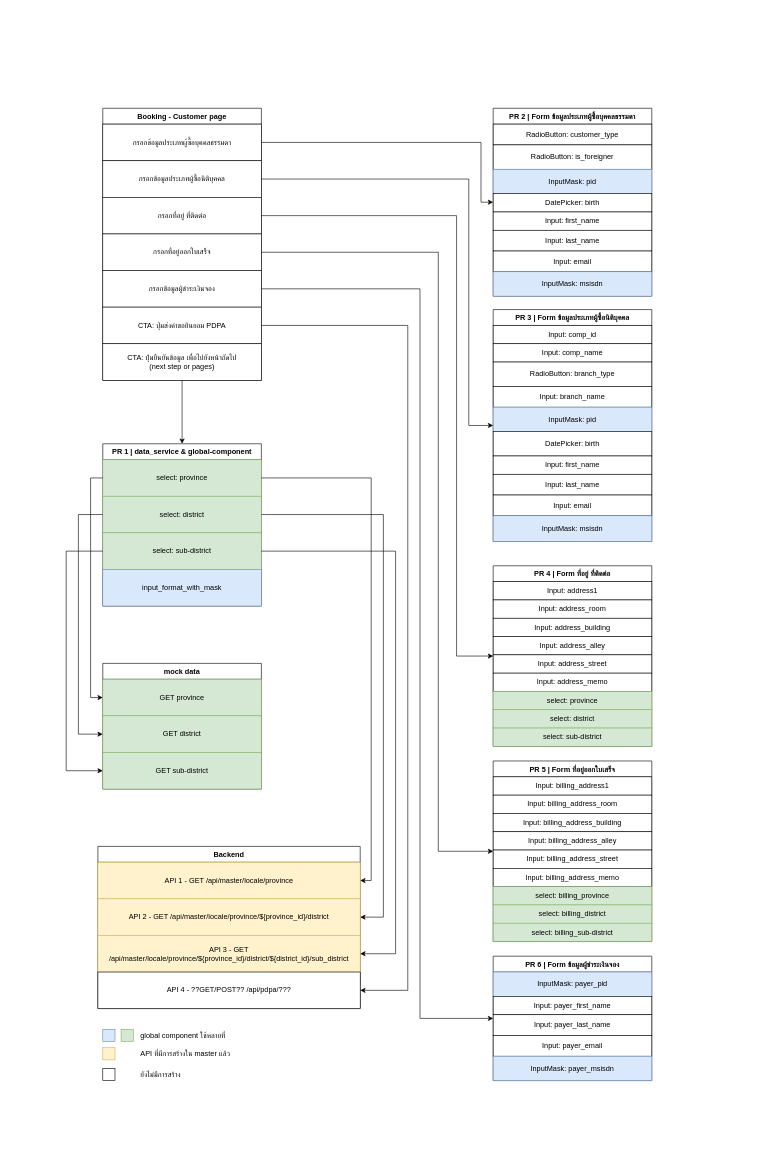
Earlier version of the draw.io diagram booking-customer-Frontend.drawio (peapong/draw.io-diagrams). Source tidied: cells renumbered, new cells numbered last; positions are measured from the earlier drawing's top-left corner, leaving out a move shared by most shapes. Both pictures are drawn from the tidied source at 61%, with x=0, y=0 at pixel (66, 108).
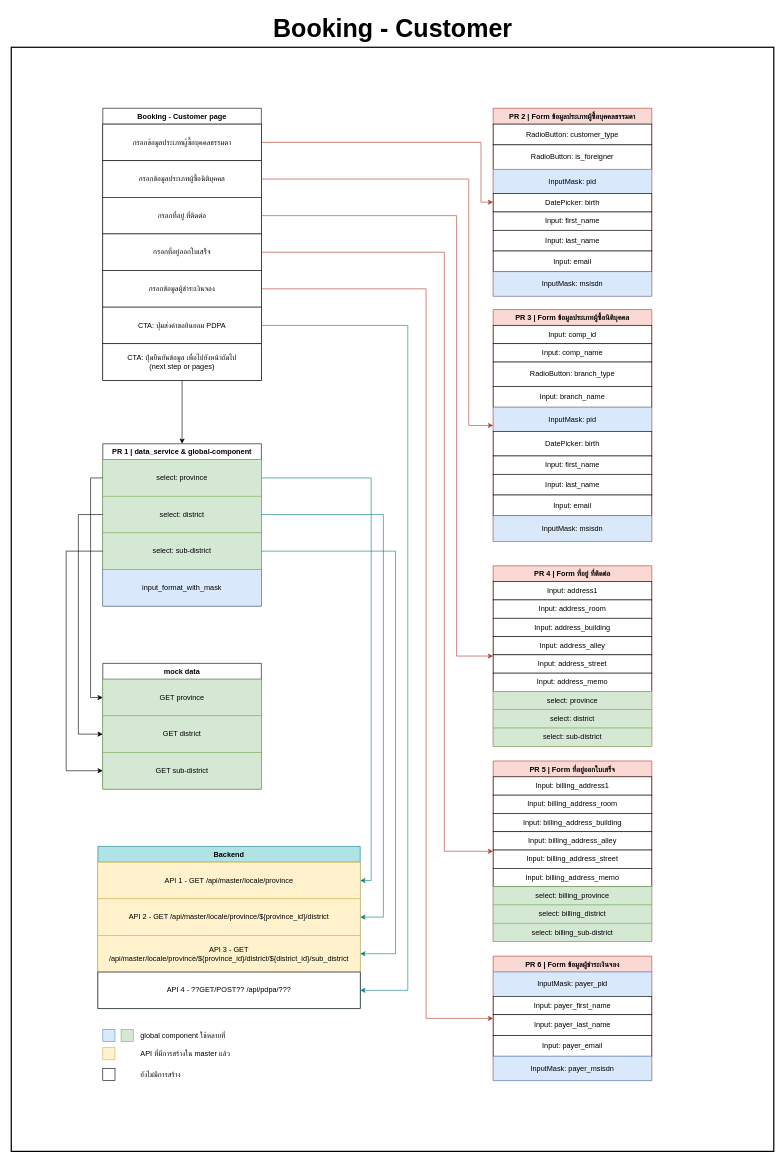
The same diagram, later.

Unchanged cells that the change refers to:
```xml
<mxCell id="4" value="กรอกข้อมูลประเภทผู้ซื้อบุคคลธรรมดา" style="rounded=0;whiteSpace=wrap;html=1;" parent="3" vertex="1">
  <mxGeometry y="26" width="260" height="60" as="geometry" />
</mxCell>
<mxCell id="5" value="กรอกข้อมูลประเภทผู้ซื้อนิติบุคคล" style="rounded=0;whiteSpace=wrap;html=1;" parent="3" vertex="1">
  <mxGeometry y="86" width="260" height="60" as="geometry" />
</mxCell>
<mxCell id="6" value="กรอกที่อยู่ ที่ติดต่อ" style="rounded=0;whiteSpace=wrap;html=1;" parent="3" vertex="1">
  <mxGeometry y="146" width="260" height="60" as="geometry" />
</mxCell>
<mxCell id="7" value="กรอกที่อยู่ออกใบเสร็จ" style="rounded=0;whiteSpace=wrap;html=1;" parent="3" vertex="1">
  <mxGeometry y="206" width="260" height="60" as="geometry" />
</mxCell>
<mxCell id="8" value="กรอกข้อมูลผู้ชำระเงินจอง" style="rounded=0;whiteSpace=wrap;html=1;" parent="3" vertex="1">
  <mxGeometry y="266" width="260" height="60" as="geometry" />
</mxCell>
<mxCell id="9" value="CTA: ปุ่มส่งคำขอยินยอม PDPA" style="rounded=0;whiteSpace=wrap;html=1;" parent="3" vertex="1">
  <mxGeometry y="326" width="260" height="60" as="geometry" />
</mxCell>
<mxCell id="58" value="select: province" style="rounded=0;whiteSpace=wrap;html=1;fillColor=#d5e8d4;strokeColor=#82b366;" parent="57" vertex="1">
  <mxGeometry y="26" width="260" height="60" as="geometry" />
</mxCell>
<mxCell id="59" value="select: district" style="rounded=0;whiteSpace=wrap;html=1;fillColor=#d5e8d4;strokeColor=#82b366;" parent="57" vertex="1">
  <mxGeometry y="86" width="260" height="60" as="geometry" />
</mxCell>
<mxCell id="60" value="select: sub-district" style="rounded=0;whiteSpace=wrap;html=1;fillColor=#d5e8d4;strokeColor=#82b366;" parent="57" vertex="1">
  <mxGeometry y="146" width="260" height="60" as="geometry" />
</mxCell>
<mxCell id="67" value="&lt;font style=&quot;font-size: 12px;&quot;&gt;API 1 - GET &lt;font style=&quot;font-size: 12px;&quot;&gt;/api/master/locale/province&lt;/font&gt;&lt;/font&gt;" style="rounded=0;whiteSpace=wrap;html=1;fillColor=#fff2cc;strokeColor=#d6b656;" parent="66" vertex="1">
  <mxGeometry y="26" width="430" height="60" as="geometry" />
</mxCell>
<mxCell id="68" value="API 2 - GET /api/master/locale/province/${province_id}/district" style="rounded=0;whiteSpace=wrap;html=1;fillColor=#fff2cc;strokeColor=#d6b656;" parent="66" vertex="1">
  <mxGeometry y="86" width="430" height="60" as="geometry" />
</mxCell>
<mxCell id="69" value="API 3 - GET /api/master/locale/province/${province_id}/district/${district_id}/sub_district" style="rounded=0;whiteSpace=wrap;html=1;fillColor=#fff2cc;strokeColor=#d6b656;" parent="66" vertex="1">
  <mxGeometry y="146" width="430" height="60" as="geometry" />
</mxCell>
<mxCell id="70" value="API 4 - ??GET/POST?? /api/pdpa/???" style="rounded=0;whiteSpace=wrap;html=1;" parent="66" vertex="1">
  <mxGeometry y="206" width="430" height="60" as="geometry" />
</mxCell>
```

The edit, as a diff of the source:
```diff
@@
+    <mxCell id="90" style="rounded=0;whiteSpace=wrap;html=1;fontSize=12;fillColor=none;strokeColor=default;strokeWidth=2;" parent="1" vertex="1">
+      <mxGeometry x="-90" y="-100" width="1250" height="1810" as="geometry" />
+    </mxCell>
@@
-    <mxCell id="11" value="PR 2 | Form ข้อมูลประเภทผู้ซื้อบุคคลธรรมดา" style="swimlane;fontStyle=1;align=center;verticalAlign=top;horizontal=1;startSize=26;rounded=0;shadow=0;strokeWidth=1;" parent="1" vertex="1">
+    <mxCell id="11" value="PR 2 | Form ข้อมูลประเภทผู้ซื้อบุคคลธรรมดา" style="swimlane;fontStyle=1;align=center;verticalAlign=top;horizontal=1;startSize=26;rounded=0;shadow=0;strokeWidth=1;fillColor=#fad9d5;strokeColor=#ae4132;" parent="1" vertex="1">
       <mxGeometry x="700" width="260" height="308" as="geometry" />
     </mxCell>
@@
-    <mxCell id="20" value="PR 3 | Form ข้อมูลประเภทผู้ซื้อนิติบุคคล" style="swimlane;fontStyle=1;align=center;verticalAlign=top;horizontal=1;startSize=26;rounded=0;shadow=0;strokeWidth=1;" parent="1" vertex="1">
+    <mxCell id="20" value="PR 3 | Form ข้อมูลประเภทผู้ซื้อนิติบุคคล" style="swimlane;fontStyle=1;align=center;verticalAlign=top;horizontal=1;startSize=26;rounded=0;shadow=0;strokeWidth=1;fillColor=#fad9d5;strokeColor=#ae4132;" parent="1" vertex="1">
       <mxGeometry x="700" y="330" width="260" height="380" as="geometry" />
     </mxCell>
@@
-    <mxCell id="31" value="PR 4 | Form ที่อยู่ ที่ติดต่อ" style="swimlane;fontStyle=1;align=center;verticalAlign=top;horizontal=1;startSize=26;rounded=0;shadow=0;strokeWidth=1;" parent="1" vertex="1">
+    <mxCell id="31" value="PR 4 | Form ที่อยู่ ที่ติดต่อ" style="swimlane;fontStyle=1;align=center;verticalAlign=top;horizontal=1;startSize=26;rounded=0;shadow=0;strokeWidth=1;fillColor=#fad9d5;strokeColor=#ae4132;" parent="1" vertex="1">
       <mxGeometry x="700" y="750" width="260" height="296" as="geometry" />
     </mxCell>
@@
-    <mxCell id="41" value="PR 5 | Form ที่อยู่ออกใบเสร็จ" style="swimlane;fontStyle=1;align=center;verticalAlign=top;horizontal=1;startSize=26;rounded=0;shadow=0;strokeWidth=1;" parent="1" vertex="1">
+    <mxCell id="41" value="PR 5 | Form ที่อยู่ออกใบเสร็จ" style="swimlane;fontStyle=1;align=center;verticalAlign=top;horizontal=1;startSize=26;rounded=0;shadow=0;strokeWidth=1;fillColor=#fad9d5;strokeColor=#ae4132;" parent="1" vertex="1">
       <mxGeometry x="700" y="1070" width="260" height="296" as="geometry" />
     </mxCell>
@@
-    <mxCell id="51" value="PR 6 | Form ข้อมูลผู้ชำระเงินจอง" style="swimlane;fontStyle=1;align=center;verticalAlign=top;horizontal=1;startSize=26;rounded=0;shadow=0;strokeWidth=1;" parent="1" vertex="1">
+    <mxCell id="51" value="PR 6 | Form ข้อมูลผู้ชำระเงินจอง" style="swimlane;fontStyle=1;align=center;verticalAlign=top;horizontal=1;startSize=26;rounded=0;shadow=0;strokeWidth=1;fillColor=#fad9d5;strokeColor=#ae4132;" parent="1" vertex="1">
       <mxGeometry x="700" y="1390" width="260" height="204" as="geometry" />
     </mxCell>
@@
-    <mxCell id="66" value="Backend" style="swimlane;fontStyle=1;align=center;verticalAlign=top;horizontal=1;startSize=26;rounded=0;shadow=0;strokeWidth=1;" parent="1" vertex="1">
+    <mxCell id="66" value="Backend" style="swimlane;fontStyle=1;align=center;verticalAlign=top;horizontal=1;startSize=26;rounded=0;shadow=0;strokeWidth=1;fillColor=#b0e3e6;strokeColor=#0e8088;" parent="1" vertex="1">
       <mxGeometry x="52" y="1210" width="430" height="266" as="geometry" />
     </mxCell>
@@
-    <mxCell id="74" style="edgeStyle=orthogonalEdgeStyle;rounded=0;jettySize=auto;html=1;exitX=1;exitY=0.5;exitDx=0;exitDy=0;entryX=1;entryY=0.5;entryDx=0;entryDy=0;fontSize=12;" parent="1" edge="1" source="58" target="67">
+    <mxCell id="74" style="edgeStyle=orthogonalEdgeStyle;rounded=0;jettySize=auto;html=1;exitX=1;exitY=0.5;exitDx=0;exitDy=0;entryX=1;entryY=0.5;entryDx=0;entryDy=0;fontSize=12;fillColor=#b0e3e6;strokeColor=#0e8088;" parent="1" edge="1" source="58" target="67">
       <mxGeometry relative="1" as="geometry">
         <Array as="points">
           <mxPoint x="500" y="606" />
           <mxPoint x="500" y="1266" />
         </Array>
       </mxGeometry>
     </mxCell>
-    <mxCell id="75" style="edgeStyle=orthogonalEdgeStyle;rounded=0;jettySize=auto;html=1;exitX=1;exitY=0.5;exitDx=0;exitDy=0;entryX=1;entryY=0.5;entryDx=0;entryDy=0;fontSize=12;" parent="1" edge="1" source="59" target="68">
+    <mxCell id="75" style="edgeStyle=orthogonalEdgeStyle;rounded=0;jettySize=auto;html=1;exitX=1;exitY=0.5;exitDx=0;exitDy=0;entryX=1;entryY=0.5;entryDx=0;entryDy=0;fontSize=12;fillColor=#b0e3e6;strokeColor=#0e8088;" parent="1" edge="1" source="59" target="68">
       <mxGeometry relative="1" as="geometry">
         <Array as="points">
           <mxPoint x="520" y="666" />
           <mxPoint x="520" y="1326" />
         </Array>
       </mxGeometry>
     </mxCell>
-    <mxCell id="76" style="edgeStyle=orthogonalEdgeStyle;rounded=0;jettySize=auto;html=1;exitX=1;exitY=0.5;exitDx=0;exitDy=0;entryX=1;entryY=0.5;entryDx=0;entryDy=0;fontSize=12;" parent="1" edge="1" source="60" target="69">
+    <mxCell id="76" style="edgeStyle=orthogonalEdgeStyle;rounded=0;jettySize=auto;html=1;exitX=1;exitY=0.5;exitDx=0;exitDy=0;entryX=1;entryY=0.5;entryDx=0;entryDy=0;fontSize=12;fillColor=#b0e3e6;strokeColor=#0e8088;" parent="1" edge="1" source="60" target="69">
       <mxGeometry relative="1" as="geometry">
         <Array as="points">
           <mxPoint x="540" y="726" />
           <mxPoint x="540" y="1386" />
         </Array>
       </mxGeometry>
     </mxCell>
-    <mxCell id="77" style="edgeStyle=orthogonalEdgeStyle;rounded=0;jettySize=auto;html=1;exitX=1;exitY=0.5;exitDx=0;exitDy=0;fontSize=12;entryX=0;entryY=0.5;entryDx=0;entryDy=0;" parent="1" edge="1" source="4" target="11">
+    <mxCell id="77" style="edgeStyle=orthogonalEdgeStyle;rounded=0;jettySize=auto;html=1;exitX=1;exitY=0.5;exitDx=0;exitDy=0;fontSize=12;entryX=0;entryY=0.5;entryDx=0;entryDy=0;fillColor=#fad9d5;strokeColor=#ae4132;" parent="1" edge="1" source="4" target="11">
       <mxGeometry relative="1" as="geometry">
         <Array as="points">
           <mxPoint x="680" y="56" />
           <mxPoint x="680" y="154" />
         </Array>
       </mxGeometry>
     </mxCell>
-    <mxCell id="78" style="edgeStyle=orthogonalEdgeStyle;rounded=0;jettySize=auto;html=1;exitX=1;exitY=0.5;exitDx=0;exitDy=0;entryX=0;entryY=0.5;entryDx=0;entryDy=0;fontSize=12;" parent="1" edge="1" source="5" target="20">
+    <mxCell id="78" style="edgeStyle=orthogonalEdgeStyle;rounded=0;jettySize=auto;html=1;exitX=1;exitY=0.5;exitDx=0;exitDy=0;entryX=0;entryY=0.5;entryDx=0;entryDy=0;fontSize=12;fillColor=#fad9d5;strokeColor=#ae4132;" parent="1" edge="1" source="5" target="20">
       <mxGeometry relative="1" as="geometry">
         <Array as="points">
           <mxPoint x="660" y="116" />
           <mxPoint x="660" y="520" />
         </Array>
       </mxGeometry>
     </mxCell>
-    <mxCell id="79" style="edgeStyle=orthogonalEdgeStyle;rounded=0;jettySize=auto;html=1;exitX=1;exitY=0.5;exitDx=0;exitDy=0;entryX=0;entryY=0.5;entryDx=0;entryDy=0;fontSize=12;" parent="1" edge="1" source="6" target="31">
+    <mxCell id="79" style="edgeStyle=orthogonalEdgeStyle;rounded=0;jettySize=auto;html=1;exitX=1;exitY=0.5;exitDx=0;exitDy=0;entryX=0;entryY=0.5;entryDx=0;entryDy=0;fontSize=12;fillColor=#fad9d5;strokeColor=#ae4132;" parent="1" edge="1" source="6" target="31">
       <mxGeometry relative="1" as="geometry">
         <Array as="points">
           <mxPoint x="640" y="176" />
           <mxPoint x="640" y="898" />
         </Array>
       </mxGeometry>
     </mxCell>
-    <mxCell id="80" style="edgeStyle=orthogonalEdgeStyle;rounded=0;jettySize=auto;html=1;exitX=1;exitY=0.5;exitDx=0;exitDy=0;entryX=0;entryY=0.5;entryDx=0;entryDy=0;fontSize=12;" parent="1" edge="1" source="7" target="41">
+    <mxCell id="80" style="edgeStyle=orthogonalEdgeStyle;rounded=0;jettySize=auto;html=1;exitX=1;exitY=0.5;exitDx=0;exitDy=0;entryX=0;entryY=0.5;entryDx=0;entryDy=0;fontSize=12;fillColor=#fad9d5;strokeColor=#ae4132;" parent="1" edge="1" source="7" target="41">
       <mxGeometry relative="1" as="geometry">
         <Array as="points">
-          <mxPoint x="610" y="236" />
-          <mxPoint x="610" y="1218" />
+          <mxPoint x="620" y="236" />
+          <mxPoint x="620" y="1218" />
         </Array>
       </mxGeometry>
     </mxCell>
-    <mxCell id="81" style="edgeStyle=orthogonalEdgeStyle;rounded=0;jettySize=auto;html=1;exitX=1;exitY=0.5;exitDx=0;exitDy=0;entryX=0;entryY=0.5;entryDx=0;entryDy=0;fontSize=12;" parent="1" edge="1" source="8" target="51">
+    <mxCell id="81" style="edgeStyle=orthogonalEdgeStyle;rounded=0;jettySize=auto;html=1;exitX=1;exitY=0.5;exitDx=0;exitDy=0;entryX=0;entryY=0.5;entryDx=0;entryDy=0;fontSize=12;fillColor=#fad9d5;strokeColor=#ae4132;" parent="1" edge="1" source="8" target="51">
       <mxGeometry relative="1" as="geometry">
         <Array as="points">
-          <mxPoint x="580" y="296" />
-          <mxPoint x="580" y="1492" />
+          <mxPoint x="590" y="296" />
+          <mxPoint x="590" y="1492" />
         </Array>
       </mxGeometry>
     </mxCell>
-    <mxCell id="82" style="edgeStyle=orthogonalEdgeStyle;rounded=0;jettySize=auto;html=1;exitX=1;exitY=0.5;exitDx=0;exitDy=0;entryX=1;entryY=0.5;entryDx=0;entryDy=0;fontSize=12;" parent="1" edge="1" source="9" target="70">
+    <mxCell id="82" style="edgeStyle=orthogonalEdgeStyle;rounded=0;jettySize=auto;html=1;exitX=1;exitY=0.5;exitDx=0;exitDy=0;entryX=1;entryY=0.5;entryDx=0;entryDy=0;fontSize=12;fillColor=#b0e3e6;strokeColor=#0e8088;" parent="1" edge="1" source="9" target="70">
       <mxGeometry relative="1" as="geometry">
         <Array as="points">
           <mxPoint x="560" y="356" />
           <mxPoint x="560" y="1446" />
         </Array>
       </mxGeometry>
     </mxCell>
@@
+    <mxCell id="91" value="&lt;font style=&quot;font-size: 41px;&quot;&gt;&lt;b&gt;Booking - Customer&lt;/b&gt;&lt;/font&gt;" style="text;html=1;align=center;verticalAlign=middle;strokeColor=none;fillColor=none;fontSize=12;" parent="1" vertex="1">
+      <mxGeometry x="325" y="-160" width="420" height="60" as="geometry" />
+    </mxCell>
```
